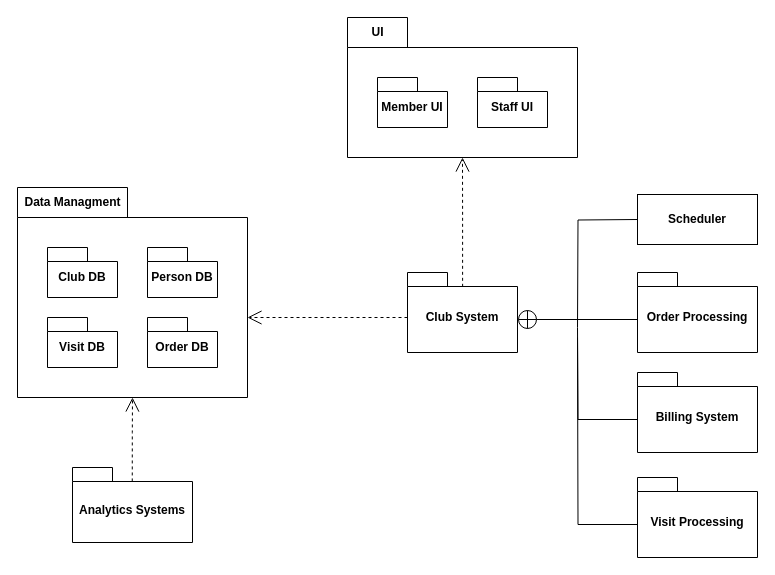
4lnULpGkuW/OOAD keeps this draw.io diagram as page "Диаграмма пакетов" (1 of 3) of Lab_4/Lab_4.drawio. Above is the earlier version. Source tidied: cells renumbered, new cells numbered last; positions are measured from the earlier drawing's top-left corner, leaving out a move shared by most shapes. Both pictures are drawn from the tidied source at 100%, with x=0, y=0 at pixel (17, 17).
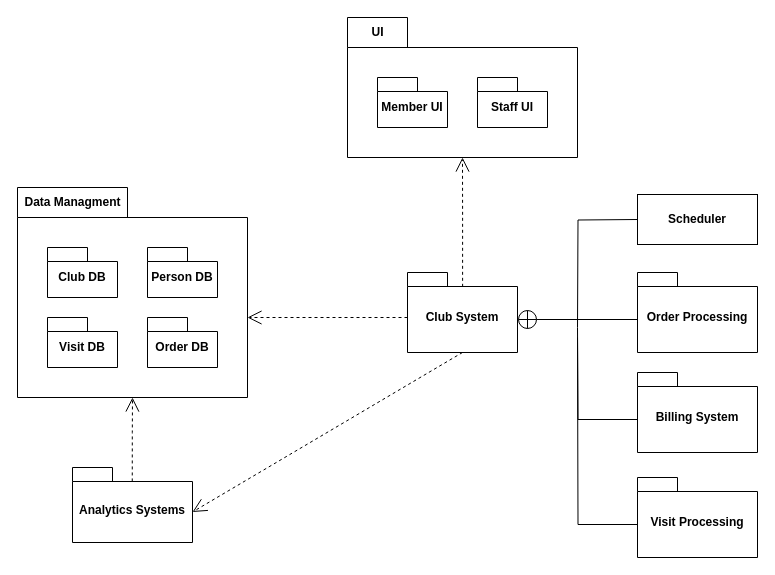
Above is the later version.

The change refers to these unchanged cells:
```xml
<mxCell id="2" value="Club System" style="shape=folder;fontStyle=1;spacingTop=10;tabWidth=40;tabHeight=14;tabPosition=left;html=1;whiteSpace=wrap;" parent="1" vertex="1">
  <mxGeometry x="390" y="255" width="110" height="80" as="geometry" />
</mxCell>
<mxCell id="16" value="Analytics Systems" style="shape=folder;fontStyle=1;spacingTop=10;tabWidth=40;tabHeight=14;tabPosition=left;html=1;whiteSpace=wrap;" parent="1" vertex="1">
  <mxGeometry x="55" y="450" width="120" height="75" as="geometry" />
</mxCell>
```

The edit, as a diff of the source:
```diff
@@
+    <mxCell id="27" style="endArrow=open;endSize=12;dashed=1;html=1;rounded=0;entryX=0;entryY=0;entryDx=120;entryDy=44.5;entryPerimeter=0;exitX=0.5;exitY=1;exitDx=0;exitDy=0;exitPerimeter=0;" parent="1" edge="1" source="2" target="16">
+      <mxGeometry relative="1" as="geometry" />
+    </mxCell>
```
